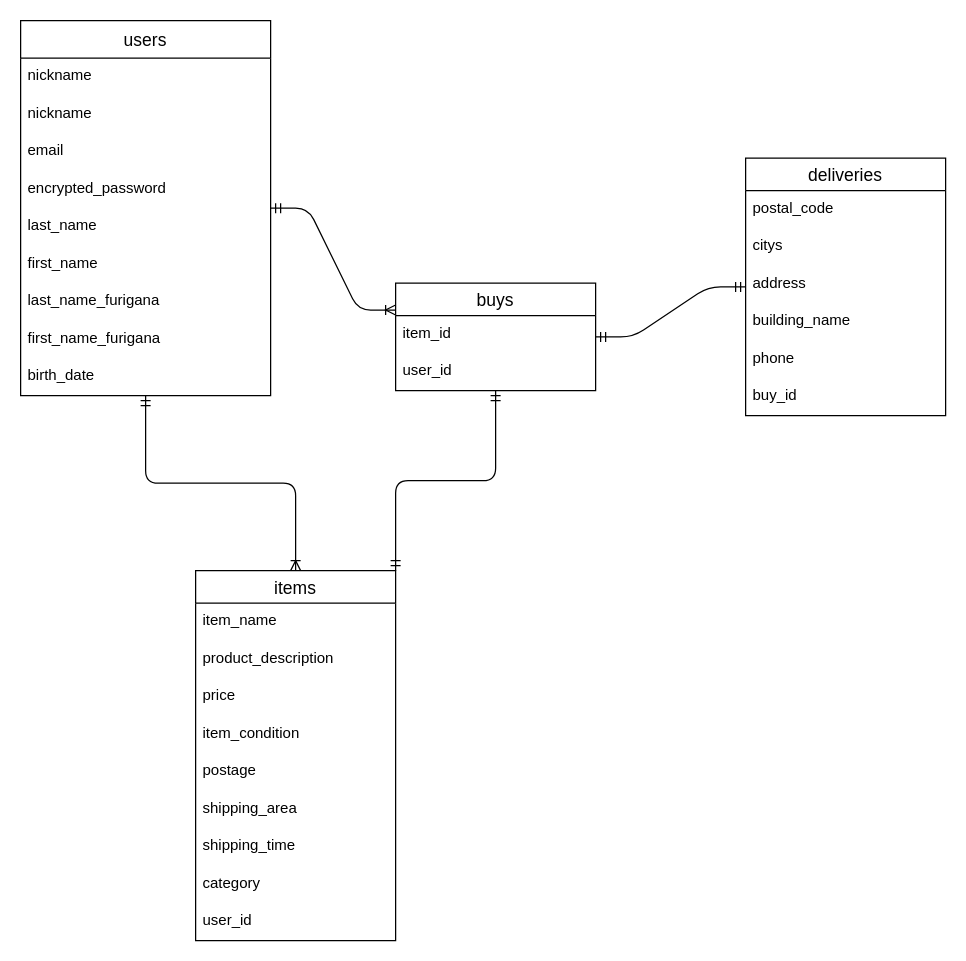
The draw.io diagram furima.dio in MaaaaaaaSa/furima-37961, before the edit. Source tidied: cells renumbered, new cells numbered last; positions are measured from the earlier drawing's top-left corner, leaving out a move shared by most shapes. Both pictures are drawn from the tidied source at 125%, with x=0, y=0 at pixel (20, 20).
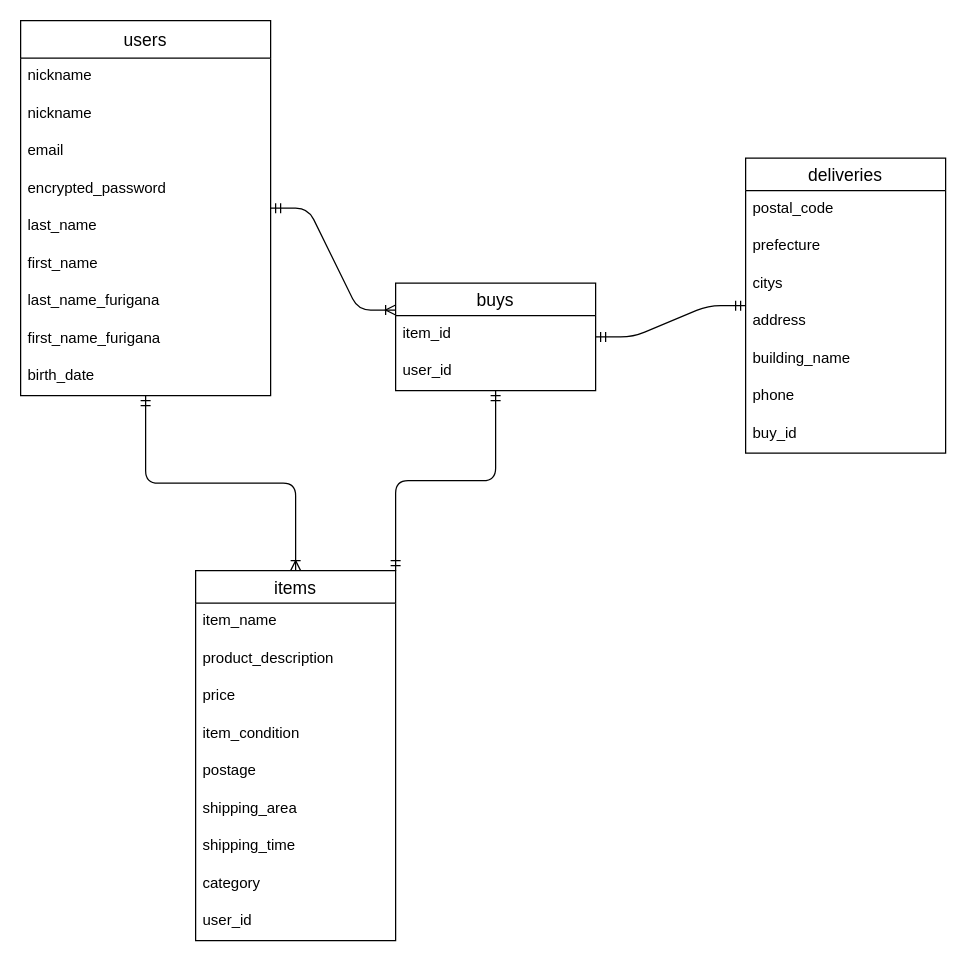
The same diagram, later.

Commit message (it also covers changes not shown here):
deliveriesテーブルの修正

Diff of the diagram source:
```diff
@@
     <mxCell id="22" value="deliveries" style="swimlane;fontStyle=0;horizontal=1;startSize=26;align=center;fontSize=14;fontColor=default;" parent="1" vertex="1">
-      <mxGeometry x="580" y="110" width="160" height="206" as="geometry" />
+      <mxGeometry x="580" y="110" width="160" height="236" as="geometry" />
     </mxCell>
@@
+    <mxCell id="36" value="prefecture" style="text;strokeColor=none;fillColor=none;spacingLeft=4;spacingRight=4;overflow=hidden;fontSize=12;fontColor=default;" parent="22" vertex="1">
+      <mxGeometry y="56" width="160" height="30" as="geometry" />
+    </mxCell>
     <mxCell id="24" value="citys" style="text;strokeColor=none;fillColor=none;spacingLeft=4;spacingRight=4;overflow=hidden;fontSize=12;fontColor=default;" parent="22" vertex="1">
-      <mxGeometry y="56" width="160" height="30" as="geometry" />
+      <mxGeometry y="86" width="160" height="30" as="geometry" />
     </mxCell>
     <mxCell id="25" value="address" style="text;strokeColor=none;fillColor=none;spacingLeft=4;spacingRight=4;overflow=hidden;fontSize=12;fontColor=default;" parent="22" vertex="1">
-      <mxGeometry y="86" width="160" height="30" as="geometry" />
+      <mxGeometry y="116" width="160" height="30" as="geometry" />
     </mxCell>
     <mxCell id="26" value="building_name" style="text;strokeColor=none;fillColor=none;spacingLeft=4;spacingRight=4;overflow=hidden;fontSize=12;fontColor=default;" parent="22" vertex="1">
-      <mxGeometry y="116" width="160" height="30" as="geometry" />
+      <mxGeometry y="146" width="160" height="30" as="geometry" />
     </mxCell>
     <mxCell id="27" value="phone" style="text;strokeColor=none;fillColor=none;spacingLeft=4;spacingRight=4;overflow=hidden;fontSize=12;fontColor=default;" parent="22" vertex="1">
-      <mxGeometry y="146" width="160" height="30" as="geometry" />
+      <mxGeometry y="176" width="160" height="30" as="geometry" />
     </mxCell>
     <mxCell id="28" value="buy_id" style="text;strokeColor=none;fillColor=none;spacingLeft=4;spacingRight=4;overflow=hidden;fontSize=12;fontColor=default;" parent="22" vertex="1">
-      <mxGeometry y="176" width="160" height="30" as="geometry" />
+      <mxGeometry y="206" width="160" height="30" as="geometry" />
     </mxCell>
```
